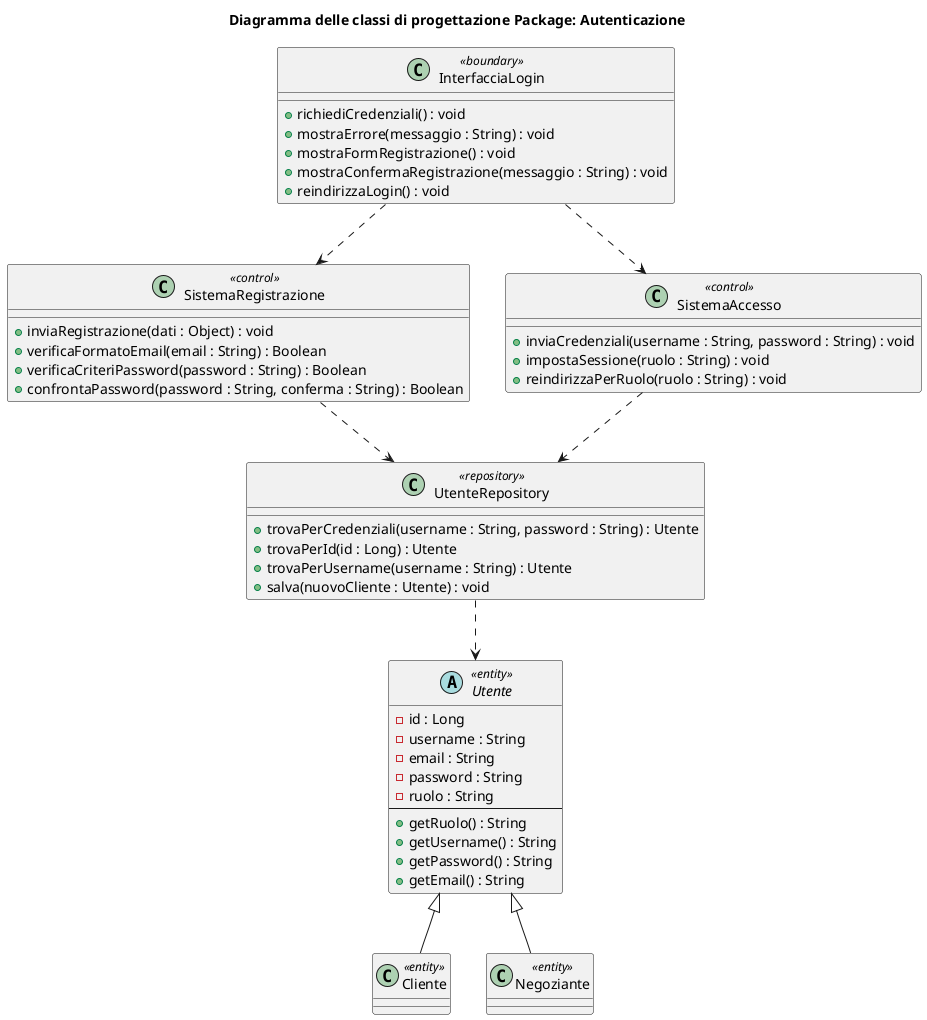
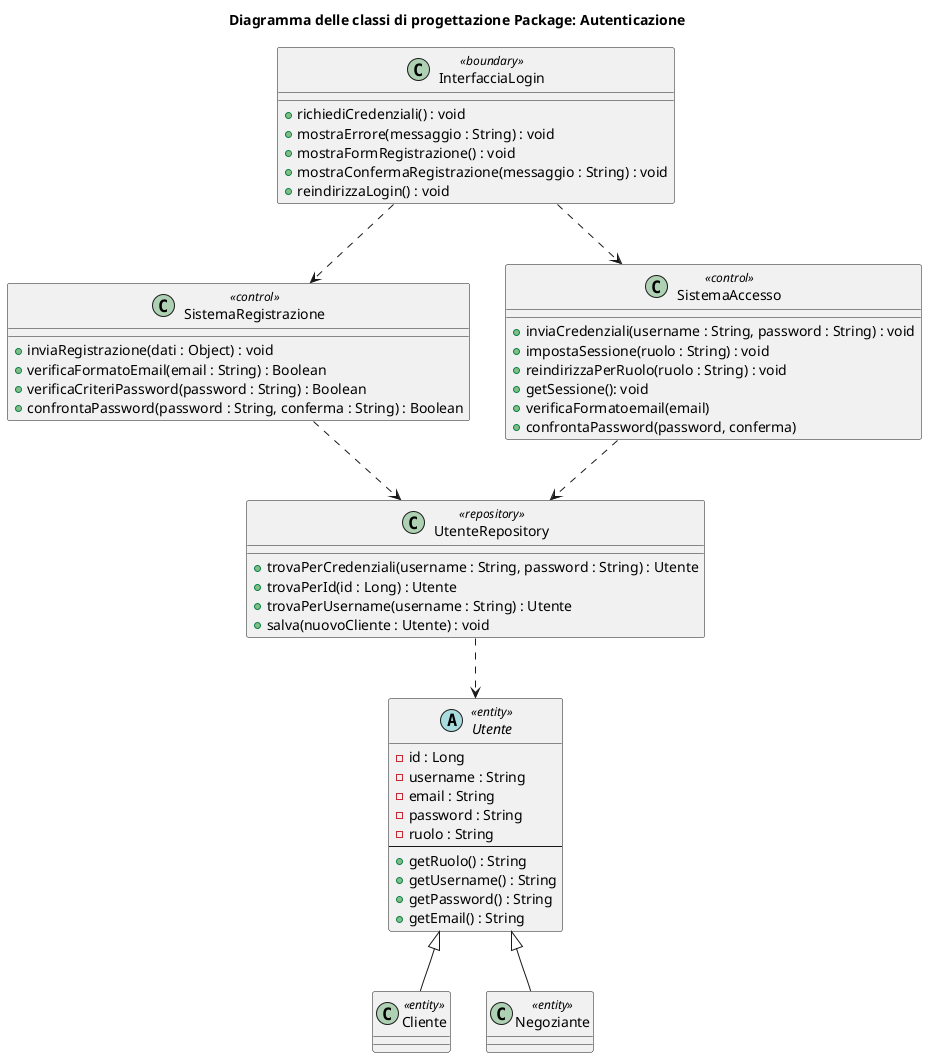
@startuml
title Diagramma delle classi di progettazione Package: Autenticazione


interface InterfacciaLogin <<boundary>>
class SistemaRegistrazione <<control>>
class SistemaAccesso <<control>>
class UtenteRepository <<repository>>
class Cliente <<entity>>
class Negoziante <<entity>>

class "InterfacciaLogin" <<boundary>> {
    ' Autenticazione
    + richiediCredenziali() : void
    + mostraErrore(messaggio : String) : void
    ' Registrazione (PRE-login)
    + mostraFormRegistrazione() : void
    + mostraConfermaRegistrazione(messaggio : String) : void
    + reindirizzaLogin() : void
}
abstract class Utente <<entity>> {
    - id : Long
    - username : String
    - email : String
    - password : String
    - ruolo : String
    --
    + getRuolo() : String
    + getUsername() : String
    + getPassword() : String
    + getEmail() : String
}
class UtenteRepository <<repository>> {
    ' Gestione generica utenti
    + trovaPerCredenziali(username : String, password : String) : Utente
    + trovaPerId(id : Long) : Utente
    + trovaPerUsername(username : String) : Utente
    + salva(nuovoCliente : Utente) : void
}
class SistemaRegistrazione <<control>> {
    + inviaRegistrazione(dati : Object) : void
    + verificaFormatoEmail(email : String) : Boolean
    + verificaCriteriPassword(password : String) : Boolean
    + confrontaPassword(password : String, conferma : String) : Boolean
}
class SistemaAccesso <<control>> {
    + inviaCredenziali(username : String, password : String) : void
    + impostaSessione(ruolo : String) : void
    + reindirizzaPerRuolo(ruolo : String) : void
+     + getSessione(): void
+     + verificaFormatoemail(email)
+     + confrontaPassword(password, conferma)
}

Utente <|-- Cliente
Utente <|-- Negoziante

InterfacciaLogin ..> SistemaRegistrazione
SistemaRegistrazione ..> UtenteRepository
SistemaAccesso ..> UtenteRepository
UtenteRepository ..> Utente
InterfacciaLogin ..> SistemaAccesso
@enduml
